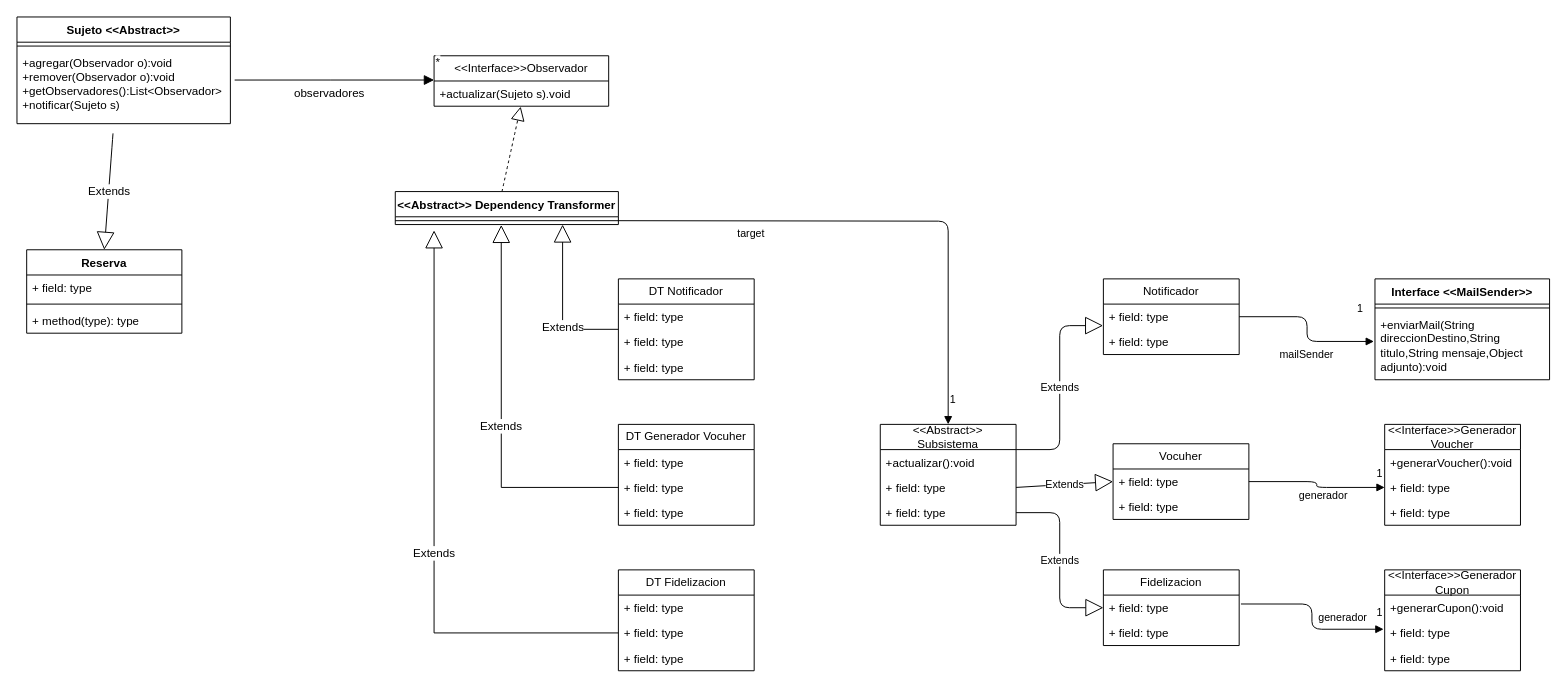
This is UML/2.5 notificaciones de la reserva.drawio from MartinianoOliveto/po2-integrador, a draw.io file, before an edit. Source tidied: cells renumbered, new cells numbered last; positions are measured from the earlier drawing's top-left corner, leaving out a move shared by most shapes. Both pictures are drawn from the tidied source at 97%, with x=0, y=0 at pixel (16, 16).
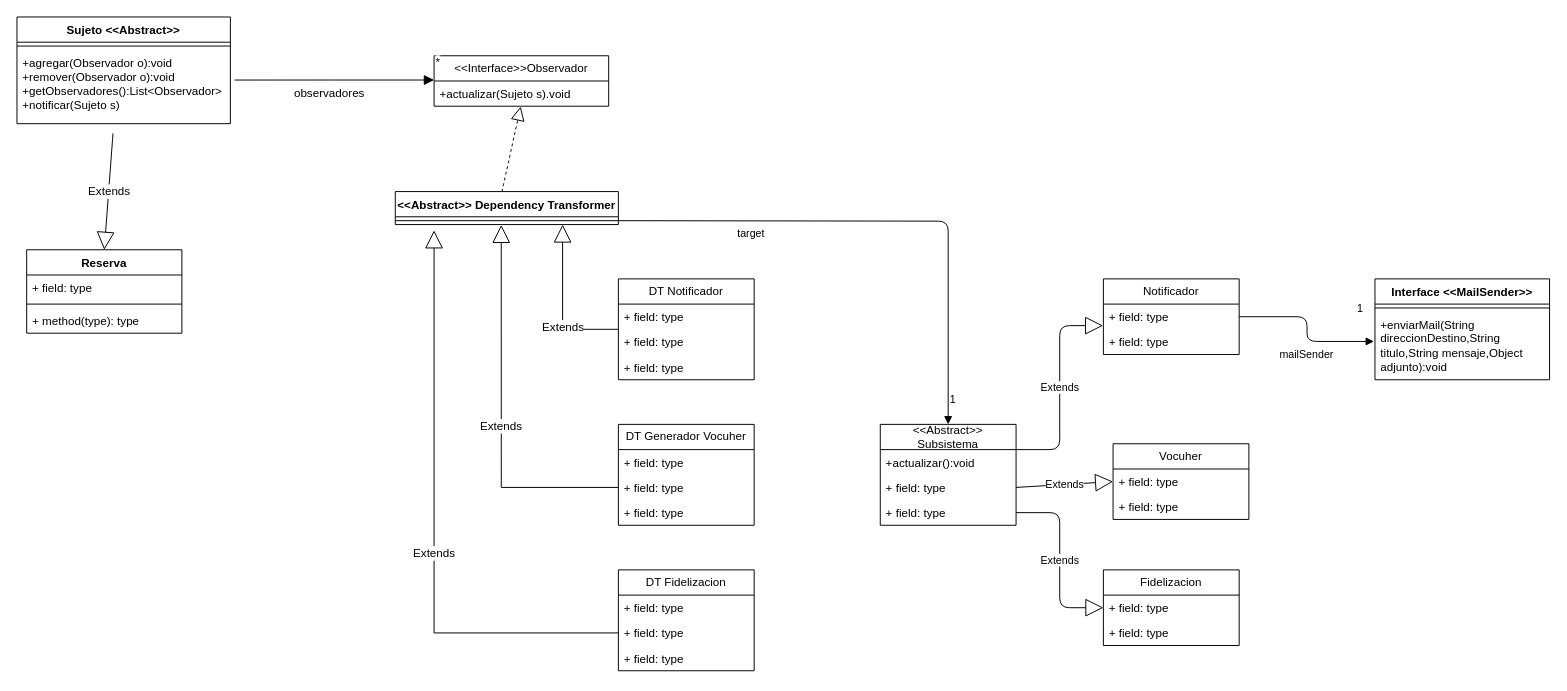
The same diagram, later.

Commit message:
volaron las interfaces voucher y fidelizacion

Unchanged cells that the change refers to:
```xml
<mxCell id="34" value="+ field: type" style="text;strokeColor=none;fillColor=none;align=left;verticalAlign=top;spacingLeft=4;spacingRight=4;overflow=hidden;points=[[0,0.5],[1,0.5]];portConstraint=eastwest;whiteSpace=wrap;html=1;" parent="33" vertex="1">
  <mxGeometry y="26" width="140" height="26" as="geometry" />
</mxCell>
<mxCell id="37" value="+ field: type" style="text;strokeColor=none;fillColor=none;align=left;verticalAlign=top;spacingLeft=4;spacingRight=4;overflow=hidden;points=[[0,0.5],[1,0.5]];portConstraint=eastwest;whiteSpace=wrap;html=1;" parent="36" vertex="1">
  <mxGeometry y="26" width="140" height="26" as="geometry" />
</mxCell>
```

The edit, as a diff of the source:
```diff
@@
-    <mxCell id="42" value="&amp;lt;&amp;lt;Interface&amp;gt;&amp;gt;Generador Voucher" style="swimlane;fontStyle=0;horizontal=1;startSize=26;fillColor=none;whiteSpace=wrap;html=1;" parent="1" vertex="1">
-      <mxGeometry x="1410" y="420" width="140" height="104" as="geometry" />
-    </mxCell>
-    <mxCell id="43" value="+generarVoucher():void" style="text;strokeColor=none;fillColor=none;align=left;verticalAlign=top;spacingLeft=4;spacingRight=4;overflow=hidden;whiteSpace=wrap;html=1;" parent="42" vertex="1">
-      <mxGeometry y="26" width="140" height="26" as="geometry" />
-    </mxCell>
-    <mxCell id="44" value="+ field: type" style="text;strokeColor=none;fillColor=none;align=left;verticalAlign=top;spacingLeft=4;spacingRight=4;overflow=hidden;points=[[0,0.5],[1,0.5]];portConstraint=eastwest;whiteSpace=wrap;html=1;" parent="42" vertex="1">
-      <mxGeometry y="52" width="140" height="26" as="geometry" />
-    </mxCell>
-    <mxCell id="45" value="+ field: type" style="text;strokeColor=none;fillColor=none;align=left;verticalAlign=top;spacingLeft=4;spacingRight=4;overflow=hidden;whiteSpace=wrap;html=1;" parent="42" vertex="1">
-      <mxGeometry y="78" width="140" height="26" as="geometry" />
-    </mxCell>
-    <mxCell id="46" value="&amp;lt;&amp;lt;Interface&amp;gt;&amp;gt;Generador Cupon" style="swimlane;fontStyle=0;horizontal=1;startSize=26;fillColor=none;whiteSpace=wrap;html=1;" parent="1" vertex="1">
-      <mxGeometry x="1410" y="570" width="140" height="104" as="geometry" />
-    </mxCell>
-    <mxCell id="47" value="+generarCupon():void" style="text;strokeColor=none;fillColor=none;align=left;verticalAlign=top;spacingLeft=4;spacingRight=4;overflow=hidden;whiteSpace=wrap;html=1;" parent="46" vertex="1">
-      <mxGeometry y="26" width="140" height="26" as="geometry" />
-    </mxCell>
-    <mxCell id="48" value="+ field: type" style="text;strokeColor=none;fillColor=none;align=left;verticalAlign=top;spacingLeft=4;spacingRight=4;overflow=hidden;points=[[0,0.5],[1,0.5]];portConstraint=eastwest;whiteSpace=wrap;html=1;" parent="46" vertex="1">
-      <mxGeometry y="52" width="140" height="26" as="geometry" />
-    </mxCell>
-    <mxCell id="49" value="+ field: type" style="text;strokeColor=none;fillColor=none;align=left;verticalAlign=top;spacingLeft=4;spacingRight=4;overflow=hidden;whiteSpace=wrap;html=1;" parent="46" vertex="1">
-      <mxGeometry y="78" width="140" height="26" as="geometry" />
-    </mxCell>
@@
-    <mxCell id="59" value="generador" style="endArrow=block;endFill=1;html=1;edgeStyle=orthogonalEdgeStyle;align=left;verticalAlign=top;exitX=1;exitY=0.5;exitDx=0;exitDy=0;entryX=0;entryY=0.5;entryDx=0;entryDy=0;" parent="1" edge="1" source="34" target="44">
-      <mxGeometry x="-0.32" y="-1" relative="1" as="geometry" />
-    </mxCell>
-    <mxCell id="60" value="1" style="edgeLabel;html=1;align=left;verticalAlign=bottom;" parent="59" vertex="1">
-      <mxGeometry x="-1" relative="1" as="geometry">
-        <mxPoint x="130" as="offset" />
-      </mxGeometry>
-    </mxCell>
-    <mxCell id="61" value="generador" style="endArrow=block;endFill=1;html=1;edgeStyle=orthogonalEdgeStyle;align=left;verticalAlign=top;exitX=1.013;exitY=0.353;exitDx=0;exitDy=0;exitPerimeter=0;entryX=-0.008;entryY=0.353;entryDx=0;entryDy=0;entryPerimeter=0;" parent="1" edge="1" source="37" target="48">
-      <mxGeometry x="-0.15" y="5" relative="1" as="geometry" />
-    </mxCell>
-    <mxCell id="62" value="1" style="edgeLabel;html=1;align=left;verticalAlign=bottom;" parent="61" vertex="1">
-      <mxGeometry x="-1" relative="1" as="geometry">
-        <mxPoint x="138" y="17" as="offset" />
-      </mxGeometry>
-    </mxCell>
```
